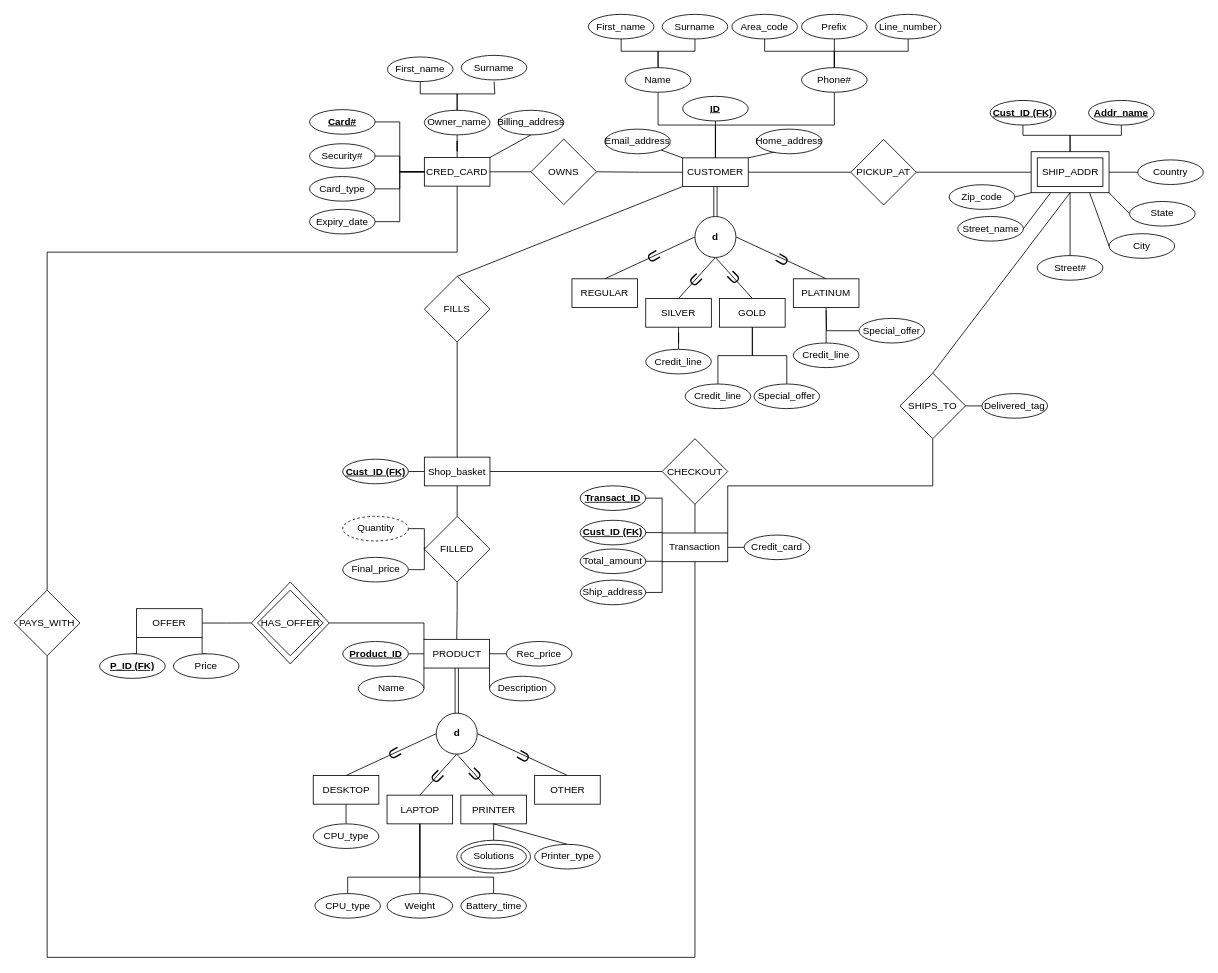
Before: Project-Deliverable-1.drawio in RyBres/Database-Project, a draw.io diagram. Source tidied: cells renumbered, new cells numbered last; positions are measured from the earlier drawing's top-left corner, leaving out a move shared by most shapes. Both pictures are drawn from the tidied source at 82%, with x=0, y=0 at pixel (14, 14).
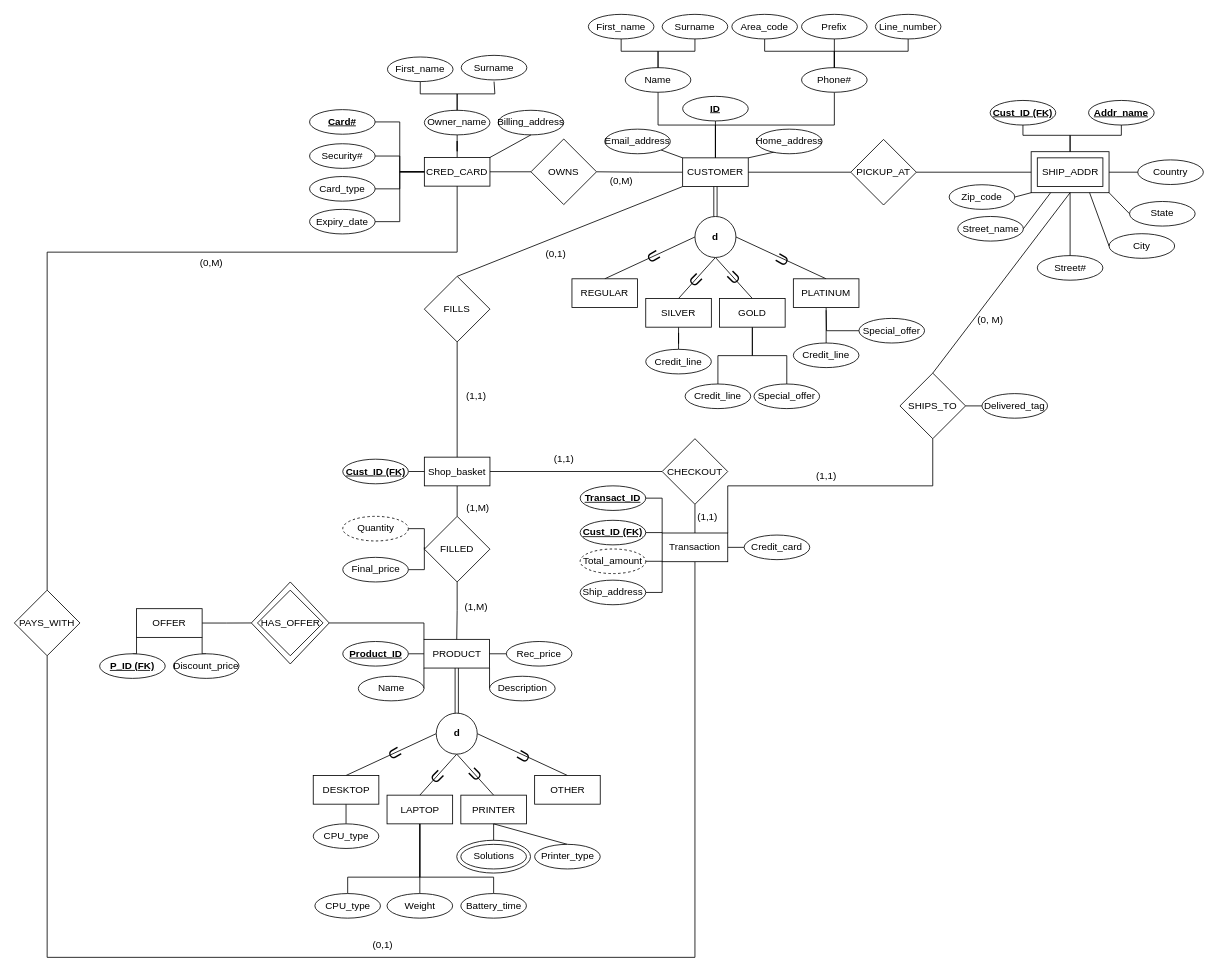
After the change.

Commit message:
Added most of the cardinality

The edit, as a diff of the source:
```diff
@@
-    <mxCell id="102" value="Price" style="ellipse;whiteSpace=wrap;html=1;" parent="1" vertex="1">
+    <mxCell id="102" value="Discount_price" style="ellipse;whiteSpace=wrap;html=1;" parent="1" vertex="1">
       <mxGeometry x="194" y="779.8" width="80" height="30" as="geometry" />
     </mxCell>
@@
-    <mxCell id="171" value="Total_amount" style="ellipse;whiteSpace=wrap;html=1;" parent="1" vertex="1">
+    <mxCell id="171" value="Total_amount" style="ellipse;whiteSpace=wrap;html=1;dashed=1;" parent="1" vertex="1">
       <mxGeometry x="690" y="652" width="80" height="30" as="geometry" />
     </mxCell>
@@
+    <mxCell id="177" value="(1,1)" style="text;html=1;align=center;verticalAlign=middle;strokeColor=none;fillColor=none;" parent="1" vertex="1">
+      <mxGeometry x="965" y="548" width="50" height="30" as="geometry" />
+    </mxCell>
+    <mxCell id="178" value="(0, M)" style="text;html=1;align=center;verticalAlign=middle;strokeColor=none;fillColor=none;" parent="1" vertex="1">
+      <mxGeometry x="1165" y="358" width="50" height="30" as="geometry" />
+    </mxCell>
+    <mxCell id="179" value="(0,1)" style="text;html=1;align=center;verticalAlign=middle;strokeColor=none;fillColor=none;" parent="1" vertex="1">
+      <mxGeometry x="423.5" y="1120" width="50" height="30" as="geometry" />
+    </mxCell>
+    <mxCell id="180" value="(1,1)" style="text;html=1;align=center;verticalAlign=middle;strokeColor=none;fillColor=none;" parent="1" vertex="1">
+      <mxGeometry x="820" y="597.5" width="50" height="30" as="geometry" />
+    </mxCell>
+    <mxCell id="181" value="(0,1)" style="text;html=1;align=center;verticalAlign=middle;strokeColor=none;fillColor=none;" parent="1" vertex="1">
+      <mxGeometry x="635" y="278" width="50" height="30" as="geometry" />
+    </mxCell>
+    <mxCell id="182" value="(1,1)" style="text;html=1;align=center;verticalAlign=middle;strokeColor=none;fillColor=none;" parent="1" vertex="1">
+      <mxGeometry x="645" y="528" width="50" height="30" as="geometry" />
+    </mxCell>
+    <mxCell id="183" value="(0,M)" style="text;html=1;align=center;verticalAlign=middle;strokeColor=none;fillColor=none;" parent="1" vertex="1">
+      <mxGeometry x="715" y="188" width="50" height="30" as="geometry" />
+    </mxCell>
+    <mxCell id="184" value="(1,M)" style="text;html=1;align=center;verticalAlign=middle;strokeColor=none;fillColor=none;" parent="1" vertex="1">
+      <mxGeometry x="537.5" y="708" width="50" height="30" as="geometry" />
+    </mxCell>
+    <mxCell id="185" value="(1,M)" style="text;html=1;align=center;verticalAlign=middle;strokeColor=none;fillColor=none;" parent="1" vertex="1">
+      <mxGeometry x="539.5" y="587" width="50" height="30" as="geometry" />
+    </mxCell>
+    <mxCell id="186" value="(1,1)" style="text;html=1;align=center;verticalAlign=middle;strokeColor=none;fillColor=none;" parent="1" vertex="1">
+      <mxGeometry x="537.5" y="450.8" width="50" height="30" as="geometry" />
+    </mxCell>
+    <mxCell id="187" value="(0,M)" style="text;html=1;align=center;verticalAlign=middle;strokeColor=none;fillColor=none;" parent="1" vertex="1">
+      <mxGeometry x="215" y="288" width="50" height="30" as="geometry" />
+    </mxCell>
```
